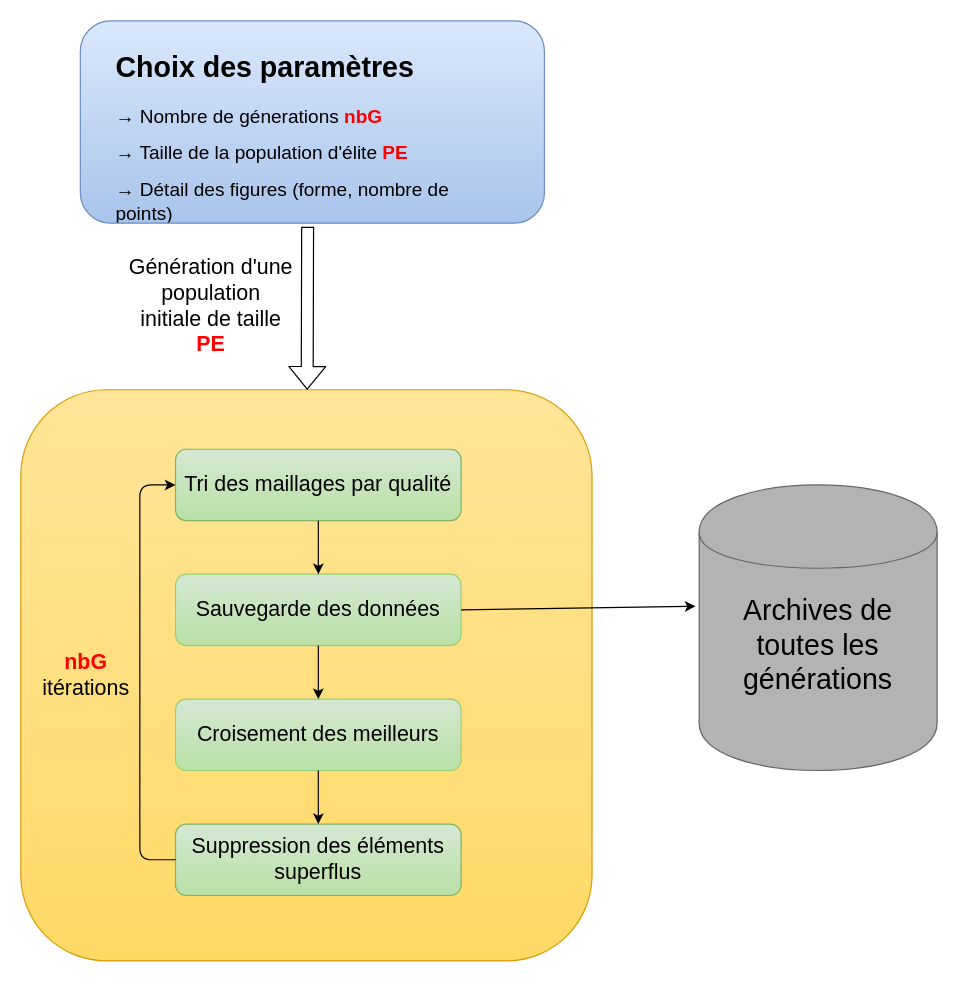
This is Untitled Diagram.drawio from LukyLurks/ter-maillage, a draw.io file, before an edit. Source tidied: cells renumbered, new cells numbered last; positions are measured from the earlier drawing's top-left corner, leaving out a move shared by most shapes. Both pictures are drawn from the tidied source at 119%, with x=0, y=0 at pixel (20, 20).
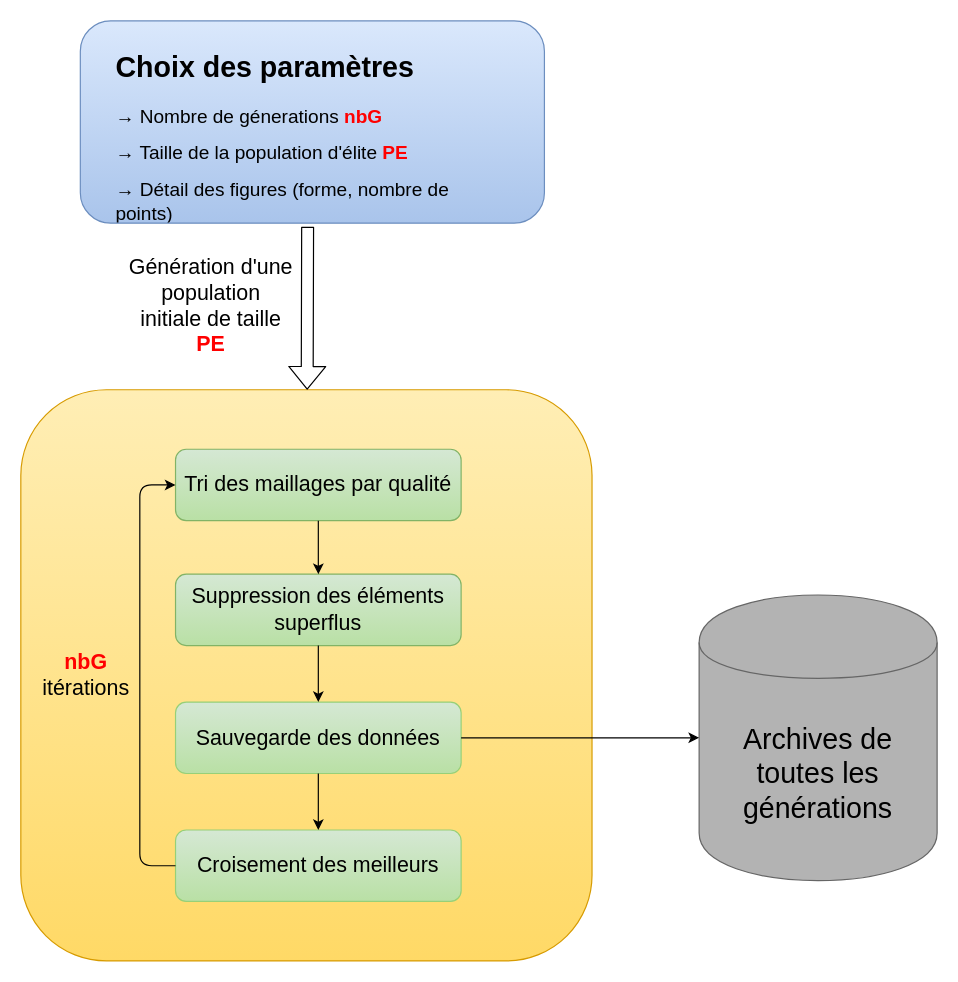
Above is the later version.

Commit message (it also covers changes not shown here):
Replace les étapes de l'algo dans le diagramme

Unchanged cells that the change refers to:
```xml
<mxCell id="8" value="&lt;font style=&quot;font-size: 18px&quot;&gt;Tri des maillages par qualité&lt;br&gt;&lt;/font&gt;" style="rounded=1;whiteSpace=wrap;html=1;fillColor=#D5E8D4;strokeColor=#82b366;gradientColor=#B9E0A5;" parent="1" vertex="1">
  <mxGeometry x="130" y="360" width="240" height="60" as="geometry" />
</mxCell>
```

What changed in the source:
```diff
@@
     <mxCell id="3" style="shape=cylinder;whiteSpace=wrap;html=1;boundedLbl=1;backgroundOutline=1;fillColor=#B3B3B3;strokeColor=#666666;fontColor=#333333;" parent="1" vertex="1">
-      <mxGeometry x="570" y="390" width="200" height="240" as="geometry" />
+      <mxGeometry x="570" y="482.5" width="200" height="240" as="geometry" />
     </mxCell>
-    <mxCell id="4" style="rounded=1;whiteSpace=wrap;html=1;fillColor=#FFE599;strokeColor=#d79b00;gradientColor=#FFD966;gradientDirection=south;" parent="1" vertex="1">
+    <mxCell id="4" style="rounded=1;whiteSpace=wrap;html=1;fillColor=#FFEEB5;strokeColor=#d79b00;gradientColor=#FFD966;gradientDirection=south;" parent="1" vertex="1">
       <mxGeometry y="310" width="480" height="480" as="geometry" />
     </mxCell>
@@
     <mxCell id="9" value="&lt;font style=&quot;font-size: 18px&quot;&gt;Sauvegarde des données&lt;/font&gt;" style="rounded=1;whiteSpace=wrap;html=1;fillColor=#D5E8D4;gradientColor=#B9E0A5;strokeColor=#97D077;" parent="1" vertex="1">
-      <mxGeometry x="130" y="465" width="240" height="60" as="geometry" />
+      <mxGeometry x="130" y="572.5" width="240" height="60" as="geometry" />
     </mxCell>
     <mxCell id="10" value="&lt;font style=&quot;font-size: 18px&quot;&gt;Croisement des meilleurs&lt;/font&gt;" style="rounded=1;whiteSpace=wrap;html=1;fillColor=#D5E8D4;gradientColor=#B9E0A5;strokeColor=#97D077;" parent="1" vertex="1">
-      <mxGeometry x="130" y="570" width="240" height="60" as="geometry" />
+      <mxGeometry x="130" y="680" width="240" height="60" as="geometry" />
     </mxCell>
     <mxCell id="11" value="&lt;font style=&quot;font-size: 18px&quot;&gt;Suppression des éléments superflus&lt;/font&gt;" style="rounded=1;whiteSpace=wrap;html=1;fillColor=#d5e8d4;strokeColor=#82b366;gradientColor=#B9E0A5;" parent="1" vertex="1">
-      <mxGeometry x="130" y="675" width="240" height="60" as="geometry" />
+      <mxGeometry x="130" y="465" width="240" height="60" as="geometry" />
     </mxCell>
-    <mxCell id="12" style="endArrow=classic;html=1;entryX=0;entryY=0.5;entryDx=0;entryDy=0;exitX=0;exitY=0.5;exitDx=0;exitDy=0;" parent="1" edge="1" source="11" target="8">
-      <mxGeometry relative="1" as="geometry">
-        <Array as="points">
-          <mxPoint x="100" y="705" />
-          <mxPoint x="100" y="550" />
-          <mxPoint x="100" y="390" />
-        </Array>
-      </mxGeometry>
-    </mxCell>
@@
     <mxCell id="14" value="&lt;font style=&quot;font-size: 24px&quot;&gt;Archives de toutes les générations&lt;br&gt;&lt;/font&gt;" style="text;html=1;strokeColor=none;fillColor=none;align=center;verticalAlign=middle;whiteSpace=wrap;rounded=0;" parent="1" vertex="1">
-      <mxGeometry x="590" y="460" width="160" height="130" as="geometry" />
+      <mxGeometry x="590" y="567.5" width="160" height="130" as="geometry" />
     </mxCell>
+    <mxCell id="19" style="endArrow=classic;html=1;exitX=0.5;exitY=1;exitDx=0;exitDy=0;" parent="1" edge="1" source="8" target="11">
+      <mxGeometry relative="1" as="geometry" />
+    </mxCell>
+    <mxCell id="20" style="endArrow=classic;html=1;exitX=0.5;exitY=1;exitDx=0;exitDy=0;" parent="1" edge="1" source="11" target="9">
+      <mxGeometry relative="1" as="geometry" />
+    </mxCell>
+    <mxCell id="17" style="endArrow=classic;html=1;exitX=0.5;exitY=1;exitDx=0;exitDy=0;" parent="1" edge="1" source="9" target="10">
+      <mxGeometry relative="1" as="geometry" />
+    </mxCell>
+    <mxCell id="21" style="endArrow=classic;html=1;entryX=0;entryY=0.5;entryDx=0;entryDy=0;exitX=0;exitY=0.5;exitDx=0;exitDy=0;" parent="1" edge="1" source="10" target="8">
+      <mxGeometry relative="1" as="geometry">
+        <Array as="points">
+          <mxPoint x="100" y="710" />
+          <mxPoint x="100" y="550" />
+          <mxPoint x="100" y="390" />
+        </Array>
+      </mxGeometry>
+    </mxCell>
-    <mxCell id="15" style="endArrow=classic;html=1;entryX=-0.015;entryY=0.425;entryDx=0;entryDy=0;entryPerimeter=0;exitX=1;exitY=0.5;exitDx=0;exitDy=0;" parent="1" edge="1" source="9" target="3">
+    <mxCell id="15" style="endArrow=classic;html=1;entryX=0;entryY=0.5;entryDx=0;entryDy=0;exitX=1;exitY=0.5;exitDx=0;exitDy=0;" parent="1" edge="1" source="9" target="3">
       <mxGeometry relative="1" as="geometry" />
     </mxCell>
-    <mxCell id="16" style="endArrow=classic;html=1;entryX=0.5;entryY=0;entryDx=0;entryDy=0;exitX=0.5;exitY=1;exitDx=0;exitDy=0;" parent="1" edge="1" source="8" target="9">
-      <mxGeometry relative="1" as="geometry" />
-    </mxCell>
-    <mxCell id="17" style="endArrow=classic;html=1;entryX=0.5;entryY=0;entryDx=0;entryDy=0;" parent="1" edge="1" source="9" target="10">
-      <mxGeometry relative="1" as="geometry" />
-    </mxCell>
-    <mxCell id="18" style="endArrow=classic;html=1;exitX=0.5;exitY=1;exitDx=0;exitDy=0;" parent="1" edge="1" source="10" target="11">
-      <mxGeometry relative="1" as="geometry" />
-    </mxCell>
```
